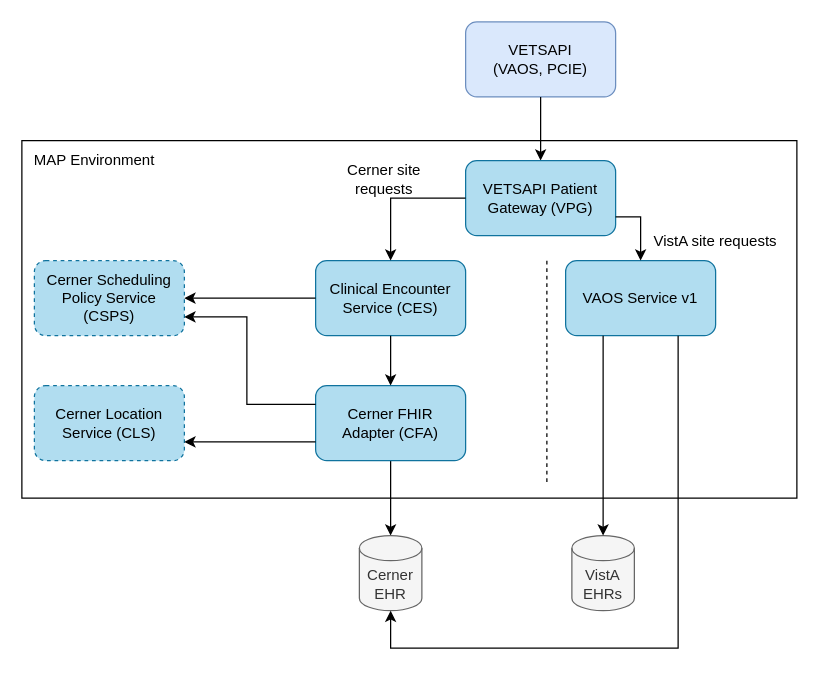
This is page "Phase 2" (2 of 2) of products/health-care/appointments/appointments-oracle-health-integration/engineering/diagrams/Appts Oracle Health Integration Design.drawio from department-of-veterans-affairs/va.gov-team, a draw.io file, before an edit. Source tidied: cells renumbered, new cells numbered last; positions are measured from the earlier drawing's top-left corner, leaving out a move shared by most shapes. Both pictures are drawn from the tidied source at 125%, with x=0, y=0 at pixel (21, 21).
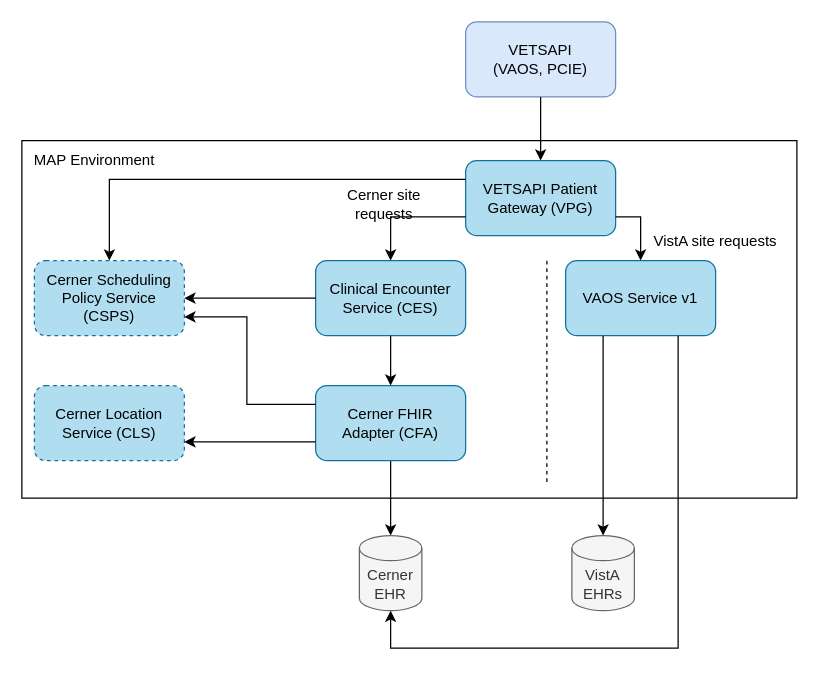
The same page after the edit.

The change refers to these unchanged cells:
```xml
<mxCell id="3" value="Clinical Encounter Service (CES)" style="rounded=1;whiteSpace=wrap;html=1;fillColor=#b1ddf0;strokeColor=#10739e;" parent="1" vertex="1">
  <mxGeometry x="235" y="191" width="120" height="60" as="geometry" />
</mxCell>
<mxCell id="8" value="Cerner Scheduling Policy Service (CSPS)" style="rounded=1;whiteSpace=wrap;html=1;fillColor=#b1ddf0;strokeColor=#10739e;dashed=1;" parent="1" vertex="1">
  <mxGeometry x="10" y="191" width="120" height="60" as="geometry" />
</mxCell>
<mxCell id="12" value="VETSAPI Patient Gateway (VPG)" style="rounded=1;whiteSpace=wrap;html=1;fillColor=#b1ddf0;strokeColor=#10739e;" parent="1" vertex="1">
  <mxGeometry x="355" y="111" width="120" height="60" as="geometry" />
</mxCell>
```

Change to the diagram source:
```diff
@@
-    <mxCell id="13" style="endArrow=classic;html=1;rounded=0;exitX=0;exitY=0.5;exitDx=0;exitDy=0;entryX=0.5;entryY=0;entryDx=0;entryDy=0;" parent="1" edge="1" source="12" target="3">
+    <mxCell id="13" style="endArrow=classic;html=1;rounded=0;exitX=0;exitY=0.75;exitDx=0;exitDy=0;entryX=0.5;entryY=0;entryDx=0;entryDy=0;" parent="1" edge="1" source="12" target="3">
       <mxGeometry relative="1" as="geometry">
         <Array as="points">
-          <mxPoint x="295" y="141" />
+          <mxPoint x="295" y="156" />
         </Array>
       </mxGeometry>
     </mxCell>
@@
     <mxCell id="18" value="Cerner site requests" style="text;html=1;strokeColor=none;fillColor=none;align=center;verticalAlign=middle;whiteSpace=wrap;rounded=0;" parent="1" vertex="1">
-      <mxGeometry x="235" y="111" width="110" height="30" as="geometry" />
+      <mxGeometry x="235" y="131" width="110" height="30" as="geometry" />
     </mxCell>
@@
+    <mxCell id="25" style="endArrow=classic;html=1;rounded=0;exitX=0;exitY=0.25;exitDx=0;exitDy=0;entryX=0.5;entryY=0;entryDx=0;entryDy=0;" parent="1" edge="1" source="12" target="8">
+      <mxGeometry relative="1" as="geometry">
+        <Array as="points">
+          <mxPoint x="70" y="126" />
+        </Array>
+      </mxGeometry>
+    </mxCell>
```
